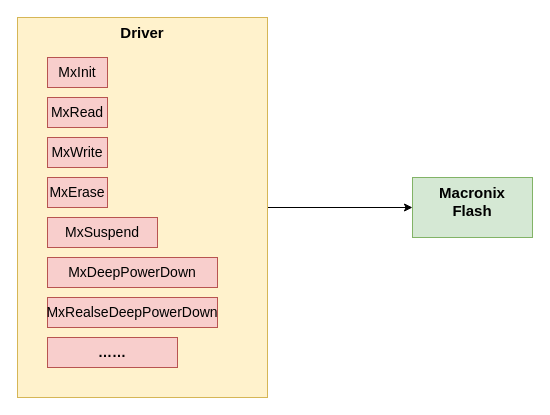
Above: 驱动提供什么.drawio in whitebkues1/ppt (draw.io), before the change. Source tidied: cells renumbered, new cells numbered last; positions are measured from the earlier drawing's top-left corner, leaving out a move shared by most shapes. Both pictures are drawn from the tidied source at 100%, with x=0, y=0 at pixel (17, 17).
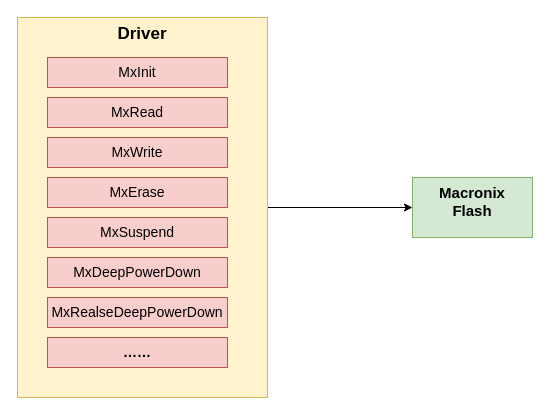
The same page after the edit.

What changed in the source:
```diff
@@
 <mxGraphModel>
   <root>
     <mxCell id="0" />
     <mxCell id="1" parent="0" />
     <mxCell id="2" style="edgeStyle=orthogonalEdgeStyle;rounded=0;jettySize=auto;html=1;" parent="1" edge="1" source="3" target="12">
       <mxGeometry relative="1" as="geometry" />
     </mxCell>
-    <mxCell id="3" value="Driver" style="rounded=0;whiteSpace=wrap;html=1;fillColor=#fff2cc;strokeColor=#d6b656;verticalAlign=top;fontSize=15;fontStyle=1;" parent="1" vertex="1">
+    <mxCell id="3" value="&lt;font style=&quot;font-size: 17px;&quot;&gt;Driver&lt;/font&gt;" style="rounded=0;whiteSpace=wrap;html=1;fillColor=#fff2cc;strokeColor=#d6b656;verticalAlign=top;fontSize=15;fontStyle=1;" parent="1" vertex="1">
       <mxGeometry width="250" height="380" as="geometry" />
     </mxCell>
     <mxCell id="4" value="MxInit" style="text;html=1;align=center;verticalAlign=middle;whiteSpace=wrap;rounded=0;strokeColor=#b85450;fillColor=#f8cecc;fontSize=14;" parent="1" vertex="1">
-      <mxGeometry x="30" y="40" width="60" height="30" as="geometry" />
+      <mxGeometry x="30" y="40" width="180" height="30" as="geometry" />
     </mxCell>
     <mxCell id="5" value="MxRead" style="text;html=1;align=center;verticalAlign=middle;whiteSpace=wrap;rounded=0;strokeColor=#b85450;fillColor=#f8cecc;fontSize=14;" parent="1" vertex="1">
-      <mxGeometry x="30" y="80" width="60" height="30" as="geometry" />
+      <mxGeometry x="30" y="80" width="180" height="30" as="geometry" />
     </mxCell>
     <mxCell id="6" value="MxWrite" style="text;html=1;align=center;verticalAlign=middle;whiteSpace=wrap;rounded=0;strokeColor=#b85450;fillColor=#f8cecc;fontSize=14;" parent="1" vertex="1">
-      <mxGeometry x="30" y="120" width="60" height="30" as="geometry" />
+      <mxGeometry x="30" y="120" width="180" height="30" as="geometry" />
     </mxCell>
     <mxCell id="7" value="MxErase" style="text;html=1;align=center;verticalAlign=middle;whiteSpace=wrap;rounded=0;strokeColor=#b85450;fillColor=#f8cecc;fontSize=14;" parent="1" vertex="1">
-      <mxGeometry x="30" y="160" width="60" height="30" as="geometry" />
+      <mxGeometry x="30" y="160" width="180" height="30" as="geometry" />
     </mxCell>
     <mxCell id="8" value="MxSuspend" style="text;html=1;align=center;verticalAlign=middle;whiteSpace=wrap;rounded=0;strokeColor=#b85450;fillColor=#f8cecc;fontSize=14;" parent="1" vertex="1">
-      <mxGeometry x="30" y="200" width="110" height="30" as="geometry" />
+      <mxGeometry x="30" y="200" width="180" height="30" as="geometry" />
     </mxCell>
     <mxCell id="9" value="MxDeepPowerDown" style="text;html=1;align=center;verticalAlign=middle;whiteSpace=wrap;rounded=0;strokeColor=#b85450;fillColor=#f8cecc;fontSize=14;" parent="1" vertex="1">
-      <mxGeometry x="30" y="240" width="170" height="30" as="geometry" />
+      <mxGeometry x="30" y="240" width="180" height="30" as="geometry" />
     </mxCell>
     <mxCell id="10" value="MxRealseDeepPowerDown" style="text;html=1;align=center;verticalAlign=middle;whiteSpace=wrap;rounded=0;strokeColor=#b85450;fillColor=#f8cecc;fontSize=14;" parent="1" vertex="1">
-      <mxGeometry x="30" y="280" width="170" height="30" as="geometry" />
+      <mxGeometry x="30" y="280" width="180" height="30" as="geometry" />
     </mxCell>
     <mxCell id="11" value="……" style="text;html=1;align=center;verticalAlign=middle;whiteSpace=wrap;rounded=0;strokeColor=#b85450;fillColor=#f8cecc;fontSize=14;fontStyle=1;" parent="1" vertex="1">
-      <mxGeometry x="30" y="320" width="130" height="30" as="geometry" />
+      <mxGeometry x="30" y="320" width="180" height="30" as="geometry" />
     </mxCell>
     <mxCell id="12" value="Macronix&lt;div&gt;Flash&lt;/div&gt;" style="whiteSpace=wrap;html=1;fontSize=15;verticalAlign=top;fillColor=#d5e8d4;strokeColor=#82b366;rounded=0;fontStyle=1;" parent="1" vertex="1">
       <mxGeometry x="395" y="160" width="120" height="60" as="geometry" />
     </mxCell>
   </root>
 </mxGraphModel>
```
